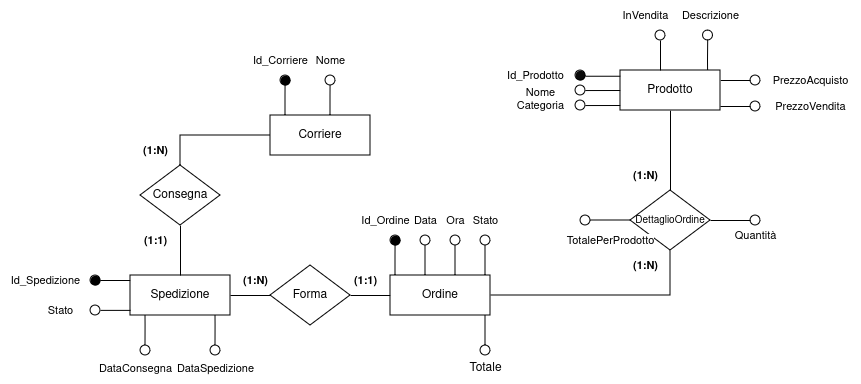
Before: fase_due/images/rifinitura_ordine.png, a diagram exported from draw.io (IonutZbir/ProgettoDatabase). Source tidied: cells renumbered, new cells last; positions are measured from the earlier drawing's top-left corner, leaving out a move shared by most shapes.
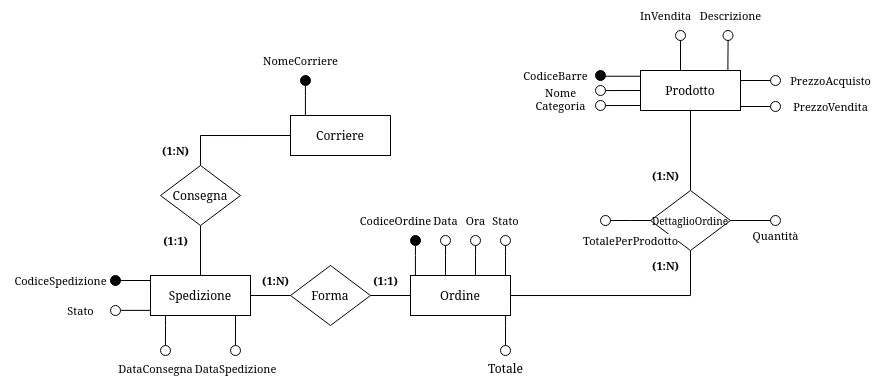
After the change.

The edit, as a diff of the source:
```diff
@@ -55,8 +55,8 @@
     <mxCell id="13" value="Forma" style="shape=rhombus;perimeter=rhombusPerimeter;whiteSpace=wrap;html=1;align=center;" parent="1" vertex="1">
       <mxGeometry x="270" y="265" width="80" height="60" as="geometry" />
     </mxCell>
-    <mxCell id="14" value="Id_Ordine" style="text;html=1;align=center;verticalAlign=middle;strokeColor=none;fillColor=none;fontFamily=Helvetica;fontSize=11;fontColor=default;labelBackgroundColor=default;" parent="1" vertex="1">
-      <mxGeometry x="350" y="205" width="70" height="30" as="geometry" />
+    <mxCell id="14" value="CodiceOrdine" style="text;html=1;align=center;verticalAlign=middle;strokeColor=none;fillColor=none;fontFamily=Helvetica;fontSize=11;fontColor=default;labelBackgroundColor=default;" parent="1" vertex="1">
+      <mxGeometry x="330" y="205" width="90" height="30" as="geometry" />
     </mxCell>
     <mxCell id="15" value="Data" style="text;html=1;align=center;verticalAlign=middle;strokeColor=none;fillColor=none;fontFamily=Helvetica;fontSize=11;fontColor=default;labelBackgroundColor=default;" parent="1" vertex="1">
       <mxGeometry x="400" y="205" width="50" height="30" as="geometry" />
@@ -102,25 +102,9 @@
     <mxCell id="24" style="ellipse;whiteSpace=wrap;html=1;fontFamily=Helvetica;fontSize=11;fontColor=default;labelBackgroundColor=default;fillColor=#000000;" parent="1" vertex="1">
       <mxGeometry x="280" y="75" width="10" height="10" as="geometry" />
     </mxCell>
-    <mxCell id="25" value="Id_Corriere" style="text;html=1;align=center;verticalAlign=middle;strokeColor=none;fillColor=none;fontFamily=Helvetica;fontSize=11;fontColor=default;labelBackgroundColor=default;" parent="1" vertex="1">
-      <mxGeometry x="240" y="45" width="80" height="30" as="geometry" />
+    <mxCell id="25" value="NomeCorriere" style="text;html=1;align=center;verticalAlign=middle;strokeColor=none;fillColor=none;fontFamily=Helvetica;fontSize=11;fontColor=default;labelBackgroundColor=default;" parent="1" vertex="1">
+      <mxGeometry x="230" y="45" width="100" height="30" as="geometry" />
     </mxCell>
-    <mxCell id="26" style="ellipse;whiteSpace=wrap;html=1;fontFamily=Helvetica;fontSize=11;fontColor=default;labelBackgroundColor=default;" parent="1" vertex="1">
-      <mxGeometry x="325" y="75" width="10" height="10" as="geometry" />
-    </mxCell>
-    <mxCell id="27" style="edgeStyle=orthogonalEdgeStyle;shape=connector;rounded=0;orthogonalLoop=1;jettySize=auto;html=1;exitX=0.25;exitY=0;exitDx=0;exitDy=0;strokeColor=default;align=center;verticalAlign=middle;fontFamily=Helvetica;fontSize=11;fontColor=default;labelBackgroundColor=default;endArrow=none;endFill=0;" parent="1" edge="1">
-      <mxGeometry relative="1" as="geometry">
-        <mxPoint x="330" y="115" as="sourcePoint" />
-        <mxPoint x="330.1" y="85" as="targetPoint" />
-        <Array as="points">
-          <mxPoint x="330" y="95" />
-          <mxPoint x="330" y="95" />
-        </Array>
-      </mxGeometry>
-    </mxCell>
-    <mxCell id="28" value="Nome" style="text;html=1;align=center;verticalAlign=middle;strokeColor=none;fillColor=none;fontFamily=Helvetica;fontSize=11;fontColor=default;labelBackgroundColor=default;" parent="1" vertex="1">
-      <mxGeometry x="305" y="45" width="50" height="30" as="geometry" />
-    </mxCell>
     <mxCell id="29" style="edgeStyle=orthogonalEdgeStyle;shape=connector;rounded=0;orthogonalLoop=1;jettySize=auto;html=1;exitX=0.25;exitY=0;exitDx=0;exitDy=0;strokeColor=default;align=center;verticalAlign=middle;fontFamily=Helvetica;fontSize=11;fontColor=default;labelBackgroundColor=default;endArrow=none;endFill=0;" parent="1" edge="1">
       <mxGeometry relative="1" as="geometry">
         <mxPoint x="145" y="345" as="sourcePoint" />
@@ -150,8 +134,8 @@
     <mxCell id="33" style="ellipse;whiteSpace=wrap;html=1;fontFamily=Helvetica;fontSize=11;fontColor=default;labelBackgroundColor=default;" parent="1" vertex="1">
       <mxGeometry x="210" y="345" width="10" height="10" as="geometry" />
     </mxCell>
-    <mxCell id="34" value="Id_Spedizione" style="text;html=1;align=center;verticalAlign=middle;strokeColor=none;fillColor=none;fontFamily=Helvetica;fontSize=11;fontColor=default;labelBackgroundColor=default;" parent="1" vertex="1">
-      <mxGeometry y="265" width="90" height="30" as="geometry" />
+    <mxCell id="34" value="CodiceSpedizione" style="text;html=1;align=center;verticalAlign=middle;strokeColor=none;fillColor=none;fontFamily=Helvetica;fontSize=11;fontColor=default;labelBackgroundColor=default;" parent="1" vertex="1">
+      <mxGeometry x="-20" y="265" width="120" height="30" as="geometry" />
     </mxCell>
     <mxCell id="35" value="DataConsegna" style="text;html=1;align=center;verticalAlign=middle;strokeColor=none;fillColor=none;fontFamily=Helvetica;fontSize=11;fontColor=default;labelBackgroundColor=default;" parent="1" vertex="1">
       <mxGeometry x="85" y="353" width="100" height="30" as="geometry" />
@@ -296,8 +280,8 @@
     <mxCell id="70" value="InVendita" style="text;html=1;align=center;verticalAlign=middle;strokeColor=none;fillColor=none;fontFamily=Helvetica;fontSize=11;fontColor=default;labelBackgroundColor=default;" parent="1" vertex="1">
       <mxGeometry x="610" width="70" height="30" as="geometry" />
     </mxCell>
-    <mxCell id="71" value="Id_Prodotto" style="text;html=1;align=center;verticalAlign=middle;strokeColor=none;fillColor=none;fontFamily=Helvetica;fontSize=11;fontColor=default;labelBackgroundColor=default;" parent="1" vertex="1">
-      <mxGeometry x="495" y="60" width="80" height="30" as="geometry" />
+    <mxCell id="71" value="CodiceBarre" style="text;html=1;align=center;verticalAlign=middle;strokeColor=none;fillColor=none;fontFamily=Helvetica;fontSize=11;fontColor=default;labelBackgroundColor=default;" parent="1" vertex="1">
+      <mxGeometry x="490" y="60" width="90" height="30" as="geometry" />
     </mxCell>
     <mxCell id="72" value="(1:N)" style="text;html=1;align=center;verticalAlign=middle;strokeColor=none;fillColor=none;fontFamily=Helvetica;fontSize=11;fontColor=default;labelBackgroundColor=default;fontStyle=1;" parent="1" vertex="1">
       <mxGeometry x="620" y="250" width="50" height="30" as="geometry" />
```
